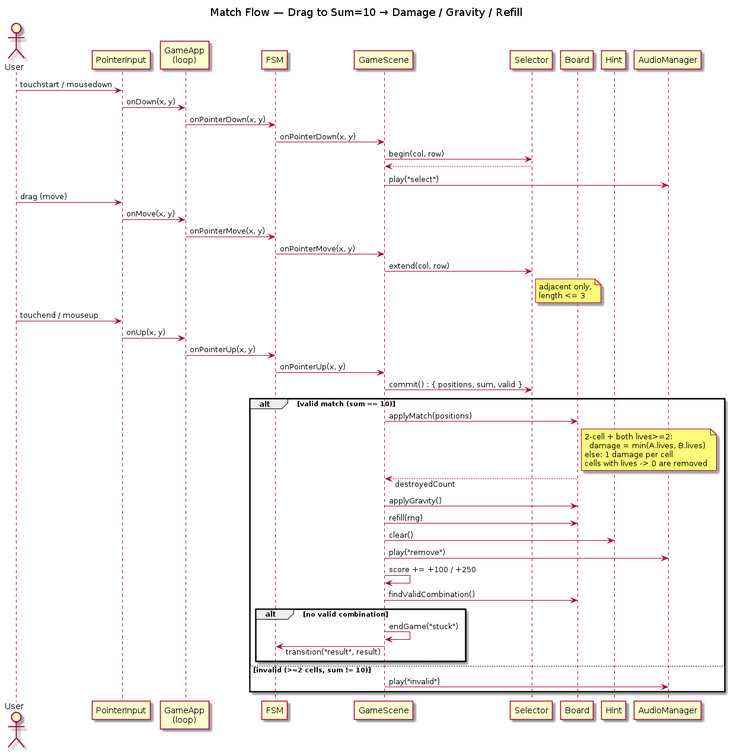
The PlantUML diagram docs/uml/sequence-match.png in chobocho/make10, before a commit. Its source is kept beside it as docs/uml/sequence-match.puml.
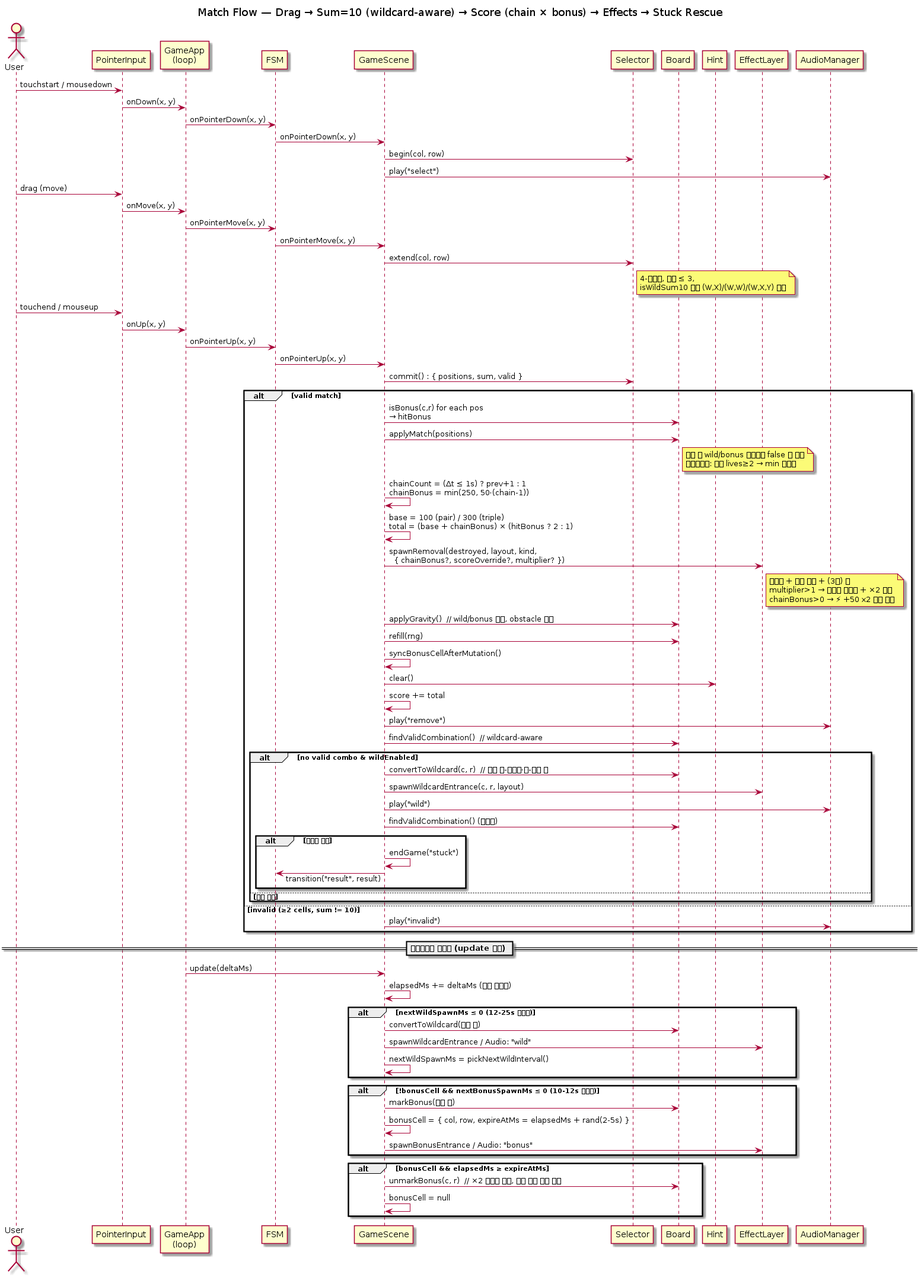
After the change.

Diff of the diagram source:
```diff
@@ -1,5 +1,5 @@
 @startuml sequence-match
-title Match Flow — Drag to Sum=10 → Damage / Gravity / Refill
+title Match Flow — Drag → Sum=10 (wildcard-aware) → Score (chain × bonus) → Effects → Stuck Rescue
 skinparam responseMessageBelowArrow true
 actor User
 participant "PointerInput" as PI
@@ -9,6 +9,7 @@
 participant "Selector" as Sel
 participant "Board" as Board
 participant "Hint" as Hint
+participant "EffectLayer" as Fx
 participant "AudioManager" as Audio
 
 User -> PI : touchstart / mousedown
@@ -16,7 +17,6 @@
 App -> FSM : onPointerDown(x, y)
 FSM -> GS : onPointerDown(x, y)
 GS -> Sel : begin(col, row)
-Sel --> GS
 GS -> Audio : play("select")
 
 User -> PI : drag (move)
@@ -24,7 +24,10 @@
 App -> FSM : onPointerMove(x, y)
 FSM -> GS : onPointerMove(x, y)
 GS -> Sel : extend(col, row)
-note right of Sel : adjacent only,\nlength <= 3
+note right of Sel
+  4-인접만, 길이 ≤ 3,
+  isWildSum10 으로 (W,X)/(W,W)/(W,X,Y) 허용
+end note
 
 User -> PI : touchend / mouseup
 PI -> App : onUp(x, y)
@@ -32,26 +35,66 @@
 FSM -> GS : onPointerUp(x, y)
 GS -> Sel : commit() : { positions, sum, valid }
 
-alt valid match (sum == 10)
+alt valid match
+  GS -> Board : isBonus(c,r) for each pos\n→ hitBonus
   GS -> Board : applyMatch(positions)
   note right of Board
-    2-cell + both lives>=2:
-      damage = min(A.lives, B.lives)
-    else: 1 damage per cell
-    cells with lives -> 0 are removed
+    파괴 시 wild/bonus 플래그도 false 로 정리
+    멀티라이프: 양쪽 lives≥2 → min 데미지
   end note
-  Board --> GS : destroyedCount
-  GS -> Board : applyGravity()
+
+  GS -> GS : chainCount = (Δt ≤ 1s) ? prev+1 : 1\nchainBonus = min(250, 50·(chain-1))
+  GS -> GS : base = 100 (pair) / 300 (triple)\ntotal = (base + chainBonus) × (hitBonus ? 2 : 1)
+
+  GS -> Fx : spawnRemoval(destroyed, layout, kind,\n  { chainBonus?, scoreOverride?, multiplier? })
+  note right of Fx
+    파티클 + 점수 팝업 + (3셀) 링
+    multiplier>1 → 무지개 팔레트 + ×2 배지
+    chainBonus>0 → ⚡ +50 x2 배지 추가
+  end note
+
+  GS -> Board : applyGravity()  // wild/bonus 보존, obstacle 통과
   GS -> Board : refill(rng)
+  GS -> GS : syncBonusCellAfterMutation()
   GS -> Hint : clear()
+  GS -> GS : score += total
   GS -> Audio : play("remove")
-  GS -> GS : score += +100 / +250
-  GS -> Board : findValidCombination()
-  alt no valid combination
-    GS -> GS : endGame("stuck")
-    GS -> FSM : transition("result", result)
+
+  GS -> Board : findValidCombination()  // wildcard-aware
+  alt no valid combo & wildEnabled
+    GS -> Board : convertToWildcard(c, r)  // 임의 비-장애물·비-만능 셀
+    GS -> Fx : spawnWildcardEntrance(c, r, layout)
+    GS -> Audio : play("wild")
+    GS -> Board : findValidCombination() (재검사)
+    alt 여전히 없음
+      GS -> GS : endGame("stuck")
+      GS -> FSM : transition("result", result)
+    end
+  else 매치 가능
   end
-else invalid (>=2 cells, sum != 10)
+
+else invalid (≥2 cells, sum != 10)
   GS -> Audio : play("invalid")
 end
+
+== 백그라운드 타이머 (update 루프) ==
+App -> GS : update(deltaMs)
+GS -> GS : elapsedMs += deltaMs (활성 시간만)
+
+alt nextWildSpawnMs ≤ 0 (12-25s 인터벌)
+  GS -> Board : convertToWildcard(임의 셀)
+  GS -> Fx : spawnWildcardEntrance / Audio: "wild"
+  GS -> GS : nextWildSpawnMs = pickNextWildInterval()
+end
+
+alt !bonusCell && nextBonusSpawnMs ≤ 0 (10-12s 인터벌)
+  GS -> Board : markBonus(임의 셀)
+  GS -> GS : bonusCell = { col, row, expireAtMs = elapsedMs + rand(2-5s) }
+  GS -> Fx : spawnBonusEntrance / Audio: "bonus"
+end
+
+alt bonusCell && elapsedMs ≥ expireAtMs
+  GS -> Board : unmarkBonus(c, r)  // ×2 윈도우 만료, 셀은 일반 셀로 복귀
+  GS -> GS : bonusCell = null
+end
 @enduml
```
